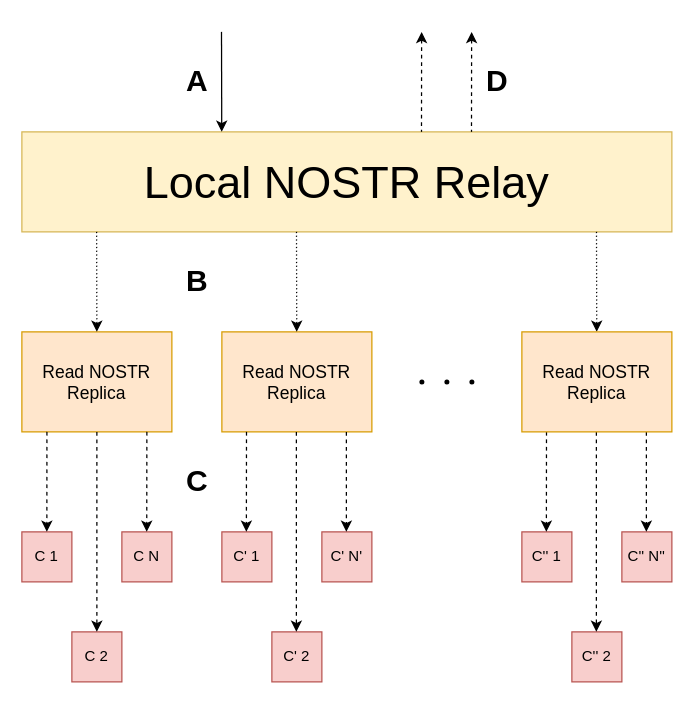
Before: assets/nostr-architecture.drawio in lawalletio/wallet-docs, a draw.io diagram. Source tidied: cells renumbered, new cells numbered last; positions are measured from the earlier drawing's top-left corner, leaving out a move shared by most shapes. Both pictures are drawn from the tidied source at 125%, with x=0, y=0 at pixel (21, 31).
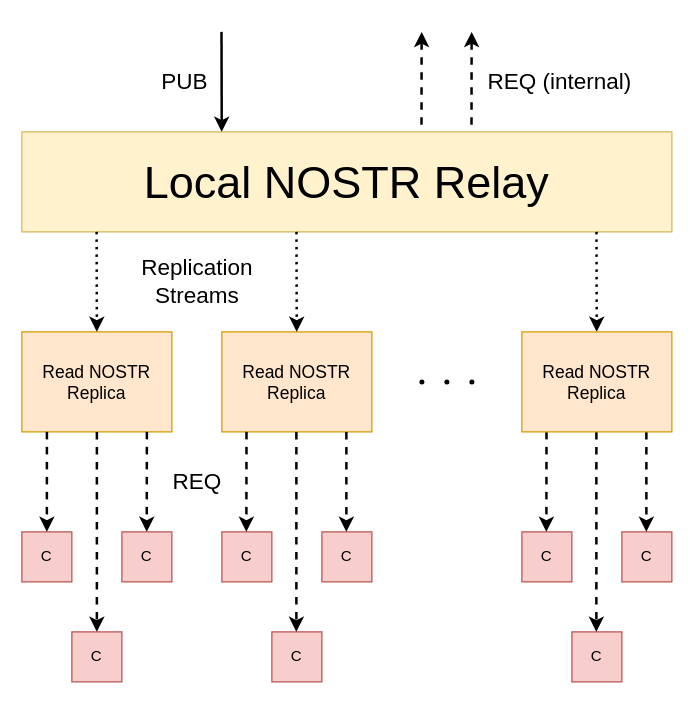
The same page after the edit.

The change refers to these unchanged cells:
```xml
<mxCell id="2" value="&lt;font style=&quot;font-size: 36px;&quot;&gt;Local NOSTR Relay&lt;/font&gt;" style="rounded=0;whiteSpace=wrap;html=1;fillColor=#fff2cc;strokeColor=#d6b656;" parent="1" vertex="1">
  <mxGeometry y="80" width="520" height="80" as="geometry" />
</mxCell>
<mxCell id="3" value="&lt;font style=&quot;font-size: 14px;&quot;&gt;Read NOSTR&lt;br&gt;Replica&lt;/font&gt;" style="rounded=0;whiteSpace=wrap;html=1;fillColor=#ffe6cc;strokeColor=#d79b00;" parent="1" vertex="1">
  <mxGeometry y="240" width="120" height="80" as="geometry" />
</mxCell>
```

Diff of the diagram source:
```diff
@@
-    <mxCell id="5" style="endArrow=classic;html=1;rounded=0;exitX=0.115;exitY=1;exitDx=0;exitDy=0;exitPerimeter=0;entryX=0.5;entryY=0;entryDx=0;entryDy=0;dashed=1;dashPattern=1 2;" parent="1" edge="1" source="2" target="3">
+    <mxCell id="5" style="endArrow=classic;html=1;rounded=0;exitX=0.115;exitY=1;exitDx=0;exitDy=0;exitPerimeter=0;entryX=0.5;entryY=0;entryDx=0;entryDy=0;dashed=1;dashPattern=1 2;strokeWidth=2;" parent="1" edge="1" source="2" target="3">
       <mxGeometry relative="1" as="geometry" />
     </mxCell>
-    <mxCell id="6" style="endArrow=classic;html=1;rounded=0;exitX=0.115;exitY=1;exitDx=0;exitDy=0;exitPerimeter=0;entryX=0.5;entryY=0;entryDx=0;entryDy=0;dashed=1;dashPattern=1 2;" parent="1" edge="1">
+    <mxCell id="6" style="endArrow=classic;html=1;rounded=0;exitX=0.115;exitY=1;exitDx=0;exitDy=0;exitPerimeter=0;entryX=0.5;entryY=0;entryDx=0;entryDy=0;dashed=1;dashPattern=1 2;strokeWidth=2;" parent="1" edge="1">
       <mxGeometry relative="1" as="geometry">
         <mxPoint x="219.7" y="160" as="sourcePoint" />
         <mxPoint x="219.9" y="240" as="targetPoint" />
       </mxGeometry>
     </mxCell>
-    <mxCell id="7" style="endArrow=classic;html=1;rounded=0;exitX=0.115;exitY=1;exitDx=0;exitDy=0;exitPerimeter=0;entryX=0.5;entryY=0;entryDx=0;entryDy=0;dashed=1;dashPattern=1 2;" parent="1" edge="1">
+    <mxCell id="7" style="endArrow=classic;html=1;rounded=0;exitX=0.115;exitY=1;exitDx=0;exitDy=0;exitPerimeter=0;entryX=0.5;entryY=0;entryDx=0;entryDy=0;dashed=1;dashPattern=1 2;strokeWidth=2;" parent="1" edge="1">
       <mxGeometry relative="1" as="geometry">
         <mxPoint x="459.7" y="160" as="sourcePoint" />
         <mxPoint x="459.9" y="240" as="targetPoint" />
       </mxGeometry>
     </mxCell>
-    <mxCell id="8" style="endArrow=classic;html=1;rounded=0;exitX=0.115;exitY=1;exitDx=0;exitDy=0;exitPerimeter=0;entryX=0.5;entryY=0;entryDx=0;entryDy=0;" parent="1" edge="1">
+    <mxCell id="8" style="endArrow=classic;html=1;rounded=0;exitX=0.115;exitY=1;exitDx=0;exitDy=0;exitPerimeter=0;entryX=0.5;entryY=0;entryDx=0;entryDy=0;strokeWidth=2;" parent="1" edge="1">
       <mxGeometry relative="1" as="geometry">
         <mxPoint x="159.7" as="sourcePoint" />
         <mxPoint x="159.9" y="80" as="targetPoint" />
       </mxGeometry>
     </mxCell>
-    <mxCell id="9" value="C 1" style="whiteSpace=wrap;html=1;fillColor=#f8cecc;strokeColor=#b85450;" parent="1" vertex="1">
+    <mxCell id="9" value="C" style="whiteSpace=wrap;html=1;fillColor=#f8cecc;strokeColor=#b85450;" parent="1" vertex="1">
       <mxGeometry y="400" width="40" height="40" as="geometry" />
     </mxCell>
-    <mxCell id="10" value="C 2" style="whiteSpace=wrap;html=1;fillColor=#f8cecc;strokeColor=#b85450;" parent="1" vertex="1">
+    <mxCell id="10" value="C" style="whiteSpace=wrap;html=1;fillColor=#f8cecc;strokeColor=#b85450;" parent="1" vertex="1">
       <mxGeometry x="40" y="480" width="40" height="40" as="geometry" />
     </mxCell>
-    <mxCell id="11" value="C N" style="whiteSpace=wrap;html=1;fillColor=#f8cecc;strokeColor=#b85450;" parent="1" vertex="1">
+    <mxCell id="11" value="C" style="whiteSpace=wrap;html=1;fillColor=#f8cecc;strokeColor=#b85450;" parent="1" vertex="1">
       <mxGeometry x="80" y="400" width="40" height="40" as="geometry" />
     </mxCell>
-    <mxCell id="12" value="C' 1" style="whiteSpace=wrap;html=1;fillColor=#f8cecc;strokeColor=#b85450;" parent="1" vertex="1">
+    <mxCell id="12" value="C" style="whiteSpace=wrap;html=1;fillColor=#f8cecc;strokeColor=#b85450;" parent="1" vertex="1">
       <mxGeometry x="160" y="400" width="40" height="40" as="geometry" />
     </mxCell>
-    <mxCell id="13" value="C' 2" style="whiteSpace=wrap;html=1;fillColor=#f8cecc;strokeColor=#b85450;" parent="1" vertex="1">
+    <mxCell id="13" value="C" style="whiteSpace=wrap;html=1;fillColor=#f8cecc;strokeColor=#b85450;" parent="1" vertex="1">
       <mxGeometry x="200" y="480" width="40" height="40" as="geometry" />
     </mxCell>
-    <mxCell id="14" value="C' N'" style="whiteSpace=wrap;html=1;fillColor=#f8cecc;strokeColor=#b85450;" parent="1" vertex="1">
+    <mxCell id="14" value="C" style="whiteSpace=wrap;html=1;fillColor=#f8cecc;strokeColor=#b85450;" parent="1" vertex="1">
       <mxGeometry x="240" y="400" width="40" height="40" as="geometry" />
     </mxCell>
-    <mxCell id="15" value="C'' 1" style="whiteSpace=wrap;html=1;fillColor=#f8cecc;strokeColor=#b85450;" parent="1" vertex="1">
+    <mxCell id="15" value="C" style="whiteSpace=wrap;html=1;fillColor=#f8cecc;strokeColor=#b85450;" parent="1" vertex="1">
       <mxGeometry x="400" y="400" width="40" height="40" as="geometry" />
     </mxCell>
-    <mxCell id="16" value="C'' 2" style="whiteSpace=wrap;html=1;fillColor=#f8cecc;strokeColor=#b85450;" parent="1" vertex="1">
+    <mxCell id="16" value="C" style="whiteSpace=wrap;html=1;fillColor=#f8cecc;strokeColor=#b85450;" parent="1" vertex="1">
       <mxGeometry x="440" y="480" width="40" height="40" as="geometry" />
     </mxCell>
-    <mxCell id="17" value="C'' N''" style="whiteSpace=wrap;html=1;fillColor=#f8cecc;strokeColor=#b85450;" parent="1" vertex="1">
+    <mxCell id="17" value="C" style="whiteSpace=wrap;html=1;fillColor=#f8cecc;strokeColor=#b85450;" parent="1" vertex="1">
       <mxGeometry x="480" y="400" width="40" height="40" as="geometry" />
     </mxCell>
-    <mxCell id="18" style="endArrow=classic;html=1;rounded=0;dashed=1;exitX=0.167;exitY=1;exitDx=0;exitDy=0;exitPerimeter=0;entryX=0.5;entryY=0;entryDx=0;entryDy=0;" parent="1" edge="1" source="3" target="9">
+    <mxCell id="18" style="endArrow=classic;html=1;rounded=0;dashed=1;exitX=0.167;exitY=1;exitDx=0;exitDy=0;exitPerimeter=0;entryX=0.5;entryY=0;entryDx=0;entryDy=0;strokeWidth=2;" parent="1" edge="1" source="3" target="9">
       <mxGeometry relative="1" as="geometry" />
     </mxCell>
-    <mxCell id="19" style="endArrow=classic;html=1;rounded=0;dashed=1;exitX=0.167;exitY=1;exitDx=0;exitDy=0;exitPerimeter=0;entryX=0.5;entryY=0;entryDx=0;entryDy=0;" parent="1" edge="1" target="10">
+    <mxCell id="19" style="endArrow=classic;html=1;rounded=0;dashed=1;exitX=0.167;exitY=1;exitDx=0;exitDy=0;exitPerimeter=0;entryX=0.5;entryY=0;entryDx=0;entryDy=0;strokeWidth=2;" parent="1" edge="1" target="10">
       <mxGeometry relative="1" as="geometry">
         <mxPoint x="60" y="320" as="sourcePoint" />
       </mxGeometry>
     </mxCell>
-    <mxCell id="20" style="endArrow=classic;html=1;rounded=0;dashed=1;exitX=0.167;exitY=1;exitDx=0;exitDy=0;exitPerimeter=0;entryX=0.5;entryY=0;entryDx=0;entryDy=0;" parent="1" edge="1">
+    <mxCell id="20" style="endArrow=classic;html=1;rounded=0;dashed=1;exitX=0.167;exitY=1;exitDx=0;exitDy=0;exitPerimeter=0;entryX=0.5;entryY=0;entryDx=0;entryDy=0;strokeWidth=2;" parent="1" edge="1">
       <mxGeometry relative="1" as="geometry">
         <mxPoint x="100" y="320" as="sourcePoint" />
         <mxPoint x="99.9" y="400" as="targetPoint" />
       </mxGeometry>
     </mxCell>
-    <mxCell id="21" style="endArrow=classic;html=1;rounded=0;dashed=1;exitX=0.167;exitY=1;exitDx=0;exitDy=0;exitPerimeter=0;entryX=0.5;entryY=0;entryDx=0;entryDy=0;" parent="1" edge="1">
+    <mxCell id="21" style="endArrow=classic;html=1;rounded=0;dashed=1;exitX=0.167;exitY=1;exitDx=0;exitDy=0;exitPerimeter=0;entryX=0.5;entryY=0;entryDx=0;entryDy=0;strokeWidth=2;" parent="1" edge="1">
       <mxGeometry relative="1" as="geometry">
         <mxPoint x="179.7" y="320" as="sourcePoint" />
         <mxPoint x="179.6" y="400" as="targetPoint" />
       </mxGeometry>
     </mxCell>
-    <mxCell id="22" style="endArrow=classic;html=1;rounded=0;dashed=1;exitX=0.167;exitY=1;exitDx=0;exitDy=0;exitPerimeter=0;entryX=0.5;entryY=0;entryDx=0;entryDy=0;" parent="1" edge="1">
+    <mxCell id="22" style="endArrow=classic;html=1;rounded=0;dashed=1;exitX=0.167;exitY=1;exitDx=0;exitDy=0;exitPerimeter=0;entryX=0.5;entryY=0;entryDx=0;entryDy=0;strokeWidth=2;" parent="1" edge="1">
       <mxGeometry relative="1" as="geometry">
         <mxPoint x="219.6" y="320" as="sourcePoint" />
         <mxPoint x="219.6" y="480" as="targetPoint" />
       </mxGeometry>
     </mxCell>
-    <mxCell id="23" style="endArrow=classic;html=1;rounded=0;dashed=1;exitX=0.167;exitY=1;exitDx=0;exitDy=0;exitPerimeter=0;entryX=0.5;entryY=0;entryDx=0;entryDy=0;" parent="1" edge="1">
+    <mxCell id="23" style="endArrow=classic;html=1;rounded=0;dashed=1;exitX=0.167;exitY=1;exitDx=0;exitDy=0;exitPerimeter=0;entryX=0.5;entryY=0;entryDx=0;entryDy=0;strokeWidth=2;" parent="1" edge="1">
       <mxGeometry relative="1" as="geometry">
         <mxPoint x="259.6" y="320" as="sourcePoint" />
         <mxPoint x="259.6" y="400" as="targetPoint" />
       </mxGeometry>
     </mxCell>
-    <mxCell id="24" style="endArrow=classic;html=1;rounded=0;dashed=1;exitX=0.167;exitY=1;exitDx=0;exitDy=0;exitPerimeter=0;entryX=0.5;entryY=0;entryDx=0;entryDy=0;" parent="1" edge="1">
+    <mxCell id="24" style="endArrow=classic;html=1;rounded=0;dashed=1;exitX=0.167;exitY=1;exitDx=0;exitDy=0;exitPerimeter=0;entryX=0.5;entryY=0;entryDx=0;entryDy=0;strokeWidth=2;" parent="1" edge="1">
       <mxGeometry relative="1" as="geometry">
         <mxPoint x="419.7" y="320" as="sourcePoint" />
         <mxPoint x="419.6" y="400" as="targetPoint" />
       </mxGeometry>
     </mxCell>
-    <mxCell id="25" style="endArrow=classic;html=1;rounded=0;dashed=1;exitX=0.167;exitY=1;exitDx=0;exitDy=0;exitPerimeter=0;entryX=0.5;entryY=0;entryDx=0;entryDy=0;" parent="1" edge="1">
+    <mxCell id="25" style="endArrow=classic;html=1;rounded=0;dashed=1;exitX=0.167;exitY=1;exitDx=0;exitDy=0;exitPerimeter=0;entryX=0.5;entryY=0;entryDx=0;entryDy=0;strokeWidth=2;" parent="1" edge="1">
       <mxGeometry relative="1" as="geometry">
         <mxPoint x="459.6" y="320" as="sourcePoint" />
         <mxPoint x="459.6" y="480" as="targetPoint" />
       </mxGeometry>
     </mxCell>
-    <mxCell id="26" style="endArrow=classic;html=1;rounded=0;dashed=1;exitX=0.167;exitY=1;exitDx=0;exitDy=0;exitPerimeter=0;entryX=0.5;entryY=0;entryDx=0;entryDy=0;" parent="1" edge="1">
+    <mxCell id="26" style="endArrow=classic;html=1;rounded=0;dashed=1;exitX=0.167;exitY=1;exitDx=0;exitDy=0;exitPerimeter=0;entryX=0.5;entryY=0;entryDx=0;entryDy=0;strokeWidth=2;" parent="1" edge="1">
       <mxGeometry relative="1" as="geometry">
         <mxPoint x="499.6" y="320" as="sourcePoint" />
         <mxPoint x="499.6" y="400" as="targetPoint" />
       </mxGeometry>
     </mxCell>
@@
-    <mxCell id="30" value="&lt;b&gt;&lt;font style=&quot;font-size: 24px;&quot;&gt;A&lt;/font&gt;&lt;/b&gt;" style="text;html=1;align=center;verticalAlign=middle;strokeColor=none;fillColor=none;" parent="1" vertex="1">
-      <mxGeometry x="120" y="20" width="40" height="40" as="geometry" />
+    <mxCell id="30" value="&lt;font style=&quot;font-size: 18px;&quot;&gt;PUB&lt;/font&gt;" style="text;html=1;align=center;verticalAlign=middle;strokeColor=none;fillColor=none;" parent="1" vertex="1">
+      <mxGeometry x="100" y="20" width="60" height="40" as="geometry" />
     </mxCell>
-    <mxCell id="31" value="&lt;span style=&quot;font-size: 24px;&quot;&gt;&lt;b&gt;B&lt;/b&gt;&lt;/span&gt;" style="text;html=1;align=center;verticalAlign=middle;strokeColor=none;fillColor=none;" parent="1" vertex="1">
-      <mxGeometry x="120" y="180" width="40" height="40" as="geometry" />
-    </mxCell>
-    <mxCell id="32" value="&lt;b&gt;&lt;font style=&quot;font-size: 24px;&quot;&gt;C&lt;/font&gt;&lt;/b&gt;" style="text;html=1;align=center;verticalAlign=middle;strokeColor=none;fillColor=none;" parent="1" vertex="1">
-      <mxGeometry x="120" y="340" width="40" height="40" as="geometry" />
-    </mxCell>
-    <mxCell id="33" style="endArrow=none;html=1;rounded=0;dashed=1;exitX=0.167;exitY=1;exitDx=0;exitDy=0;exitPerimeter=0;entryX=0.5;entryY=0;entryDx=0;entryDy=0;startArrow=classic;startFill=1;endFill=0;" parent="1" edge="1">
+    <mxCell id="33" style="endArrow=none;html=1;rounded=0;dashed=1;exitX=0.167;exitY=1;exitDx=0;exitDy=0;exitPerimeter=0;entryX=0.5;entryY=0;entryDx=0;entryDy=0;startArrow=classic;startFill=1;endFill=0;strokeWidth=2;" parent="1" edge="1">
       <mxGeometry relative="1" as="geometry">
         <mxPoint x="359.8" as="sourcePoint" />
         <mxPoint x="359.7" y="80" as="targetPoint" />
       </mxGeometry>
     </mxCell>
-    <mxCell id="34" style="endArrow=none;html=1;rounded=0;dashed=1;exitX=0.167;exitY=1;exitDx=0;exitDy=0;exitPerimeter=0;entryX=0.5;entryY=0;entryDx=0;entryDy=0;startArrow=classic;startFill=1;endFill=0;" parent="1" edge="1">
+    <mxCell id="34" style="endArrow=none;html=1;rounded=0;dashed=1;exitX=0.167;exitY=1;exitDx=0;exitDy=0;exitPerimeter=0;entryX=0.5;entryY=0;entryDx=0;entryDy=0;startArrow=classic;startFill=1;endFill=0;strokeWidth=2;" parent="1" edge="1">
       <mxGeometry relative="1" as="geometry">
         <mxPoint x="319.8" as="sourcePoint" />
         <mxPoint x="319.7" y="80" as="targetPoint" />
       </mxGeometry>
     </mxCell>
-    <mxCell id="35" value="&lt;b&gt;&lt;font style=&quot;font-size: 24px;&quot;&gt;D&lt;/font&gt;&lt;/b&gt;" style="text;html=1;align=center;verticalAlign=middle;strokeColor=none;fillColor=none;" parent="1" vertex="1">
-      <mxGeometry x="360" y="20" width="40" height="40" as="geometry" />
-    </mxCell>
@@
+    <mxCell id="37" value="&lt;font style=&quot;font-size: 18px;&quot;&gt;REQ (internal)&lt;/font&gt;" style="text;html=1;align=center;verticalAlign=middle;strokeColor=none;fillColor=none;" parent="1" vertex="1">
+      <mxGeometry x="360" y="20" width="140" height="40" as="geometry" />
+    </mxCell>
+    <mxCell id="38" value="&lt;font style=&quot;font-size: 18px;&quot;&gt;Replication&lt;br&gt;Streams&lt;br&gt;&lt;/font&gt;" style="text;html=1;align=center;verticalAlign=middle;strokeColor=none;fillColor=none;" parent="1" vertex="1">
+      <mxGeometry x="85" y="170" width="110" height="60" as="geometry" />
+    </mxCell>
+    <mxCell id="39" value="&lt;font style=&quot;font-size: 18px;&quot;&gt;REQ&lt;/font&gt;" style="text;html=1;align=center;verticalAlign=middle;strokeColor=none;fillColor=none;" parent="1" vertex="1">
+      <mxGeometry x="110" y="340" width="60" height="40" as="geometry" />
+    </mxCell>
```
